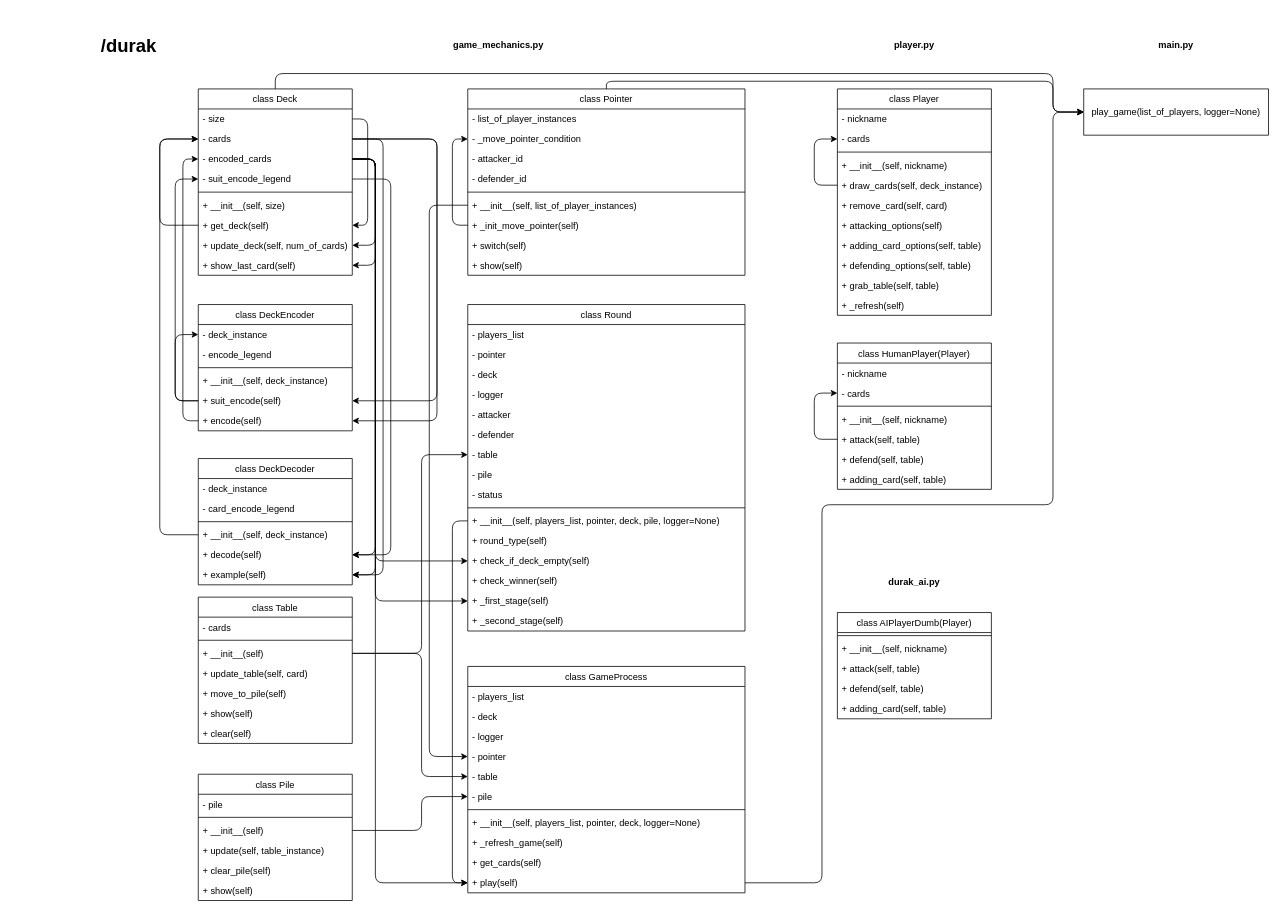
sersavn/durak-ai keeps this draw.io diagram as durak_scheme.drawio. Above is the earlier version. Source tidied: cells renumbered, new cells numbered last; positions are measured from the earlier drawing's top-left corner, leaving out a move shared by most shapes. Both pictures are drawn from the tidied source at 77%, with x=0, y=0 at pixel (13, 13).
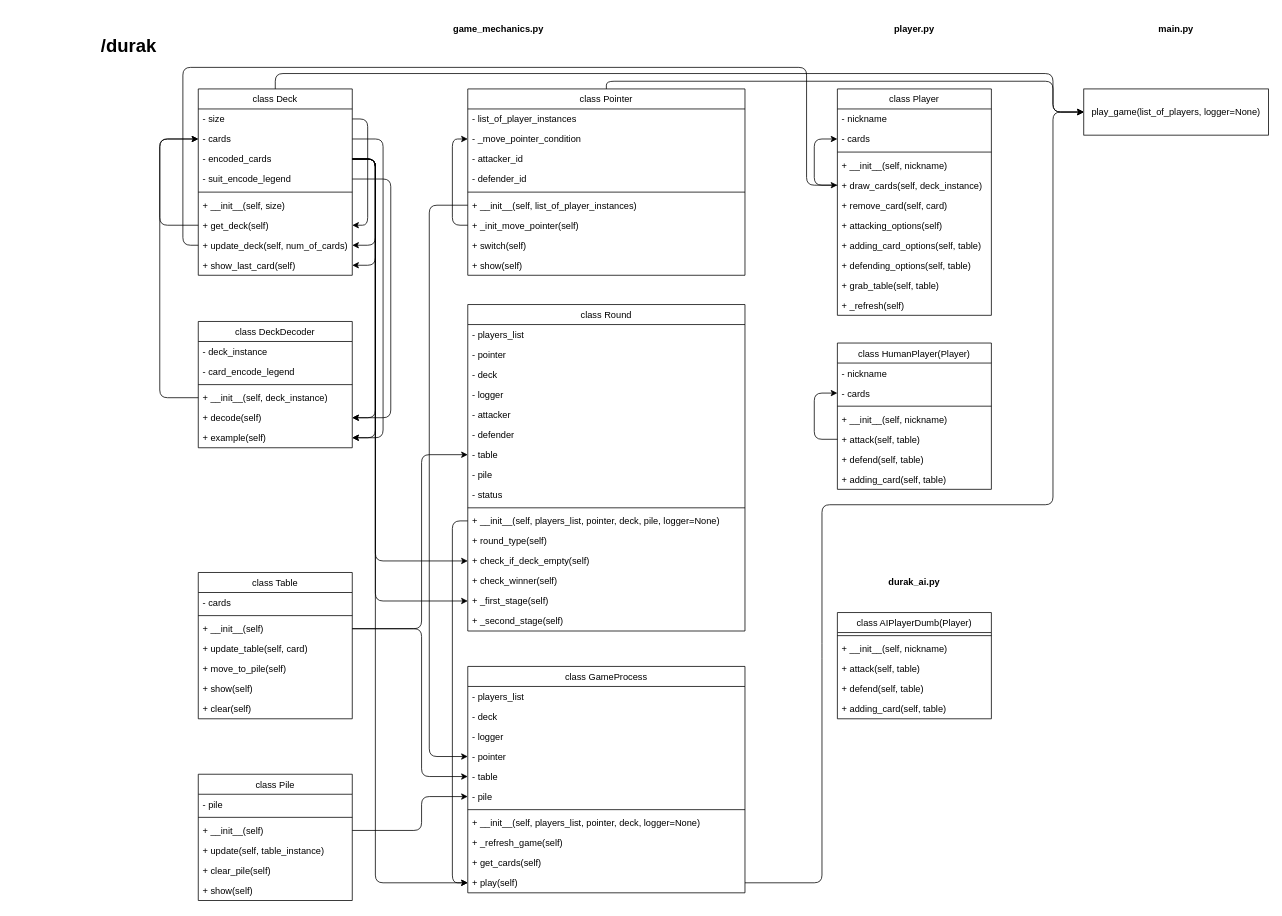
Above is the later version.

Unchanged cells that the change refers to:
```xml
<mxCell id="33" value="+ draw_cards(self, deck_instance)" style="text;strokeColor=none;fillColor=none;align=left;verticalAlign=top;spacingLeft=4;spacingRight=4;overflow=hidden;points=[[0,0.5],[1,0.5]];portConstraint=eastwest;" parent="28" vertex="1">
  <mxGeometry y="112" width="200" height="26" as="geometry" />
</mxCell>
<mxCell id="48" value="- table" style="text;strokeColor=none;fillColor=none;align=left;verticalAlign=top;spacingLeft=4;spacingRight=4;overflow=hidden;points=[[0,0.5],[1,0.5]];portConstraint=eastwest;" parent="41" vertex="1">
  <mxGeometry y="182" width="360" height="26" as="geometry" />
</mxCell>
<mxCell id="63" value="- table" style="text;strokeColor=none;fillColor=none;align=left;verticalAlign=top;spacingLeft=4;spacingRight=4;overflow=hidden;points=[[0,0.5],[1,0.5]];portConstraint=eastwest;" parent="58" vertex="1">
  <mxGeometry y="130" width="360" height="26" as="geometry" />
</mxCell>
<mxCell id="92" value="- cards" style="text;strokeColor=none;fillColor=none;align=left;verticalAlign=top;spacingLeft=4;spacingRight=4;overflow=hidden;points=[[0,0.5],[1,0.5]];portConstraint=eastwest;" parent="90" vertex="1">
  <mxGeometry y="52" width="200" height="26" as="geometry" />
</mxCell>
<mxCell id="93" value="- encoded_cards" style="text;strokeColor=none;fillColor=none;align=left;verticalAlign=top;spacingLeft=4;spacingRight=4;overflow=hidden;points=[[0,0.5],[1,0.5]];portConstraint=eastwest;" parent="90" vertex="1">
  <mxGeometry y="78" width="200" height="26" as="geometry" />
</mxCell>
<mxCell id="94" value="- suit_encode_legend" style="text;strokeColor=none;fillColor=none;align=left;verticalAlign=top;spacingLeft=4;spacingRight=4;overflow=hidden;points=[[0,0.5],[1,0.5]];portConstraint=eastwest;" parent="90" vertex="1">
  <mxGeometry y="104" width="200" height="26" as="geometry" />
</mxCell>
<mxCell id="98" value="+ update_deck(self, num_of_cards)" style="text;strokeColor=none;fillColor=none;align=left;verticalAlign=top;spacingLeft=4;spacingRight=4;overflow=hidden;points=[[0,0.5],[1,0.5]];portConstraint=eastwest;" parent="90" vertex="1">
  <mxGeometry y="190" width="200" height="26" as="geometry" />
</mxCell>
<mxCell id="116" value="+ __init__(self, deck_instance)" style="text;strokeColor=none;fillColor=none;align=left;verticalAlign=top;spacingLeft=4;spacingRight=4;overflow=hidden;points=[[0,0.5],[1,0.5]];portConstraint=eastwest;" parent="112" vertex="1">
  <mxGeometry y="86" width="200" height="26" as="geometry" />
</mxCell>
<mxCell id="117" value="+ decode(self)" style="text;strokeColor=none;fillColor=none;align=left;verticalAlign=top;spacingLeft=4;spacingRight=4;overflow=hidden;points=[[0,0.5],[1,0.5]];portConstraint=eastwest;" parent="112" vertex="1">
  <mxGeometry y="112" width="200" height="26" as="geometry" />
</mxCell>
<mxCell id="118" value="+ example(self)" style="text;strokeColor=none;fillColor=none;align=left;verticalAlign=top;spacingLeft=4;spacingRight=4;overflow=hidden;points=[[0,0.5],[1,0.5]];portConstraint=eastwest;" parent="112" vertex="1">
  <mxGeometry y="138" width="200" height="26" as="geometry" />
</mxCell>
```

The edit, as a diff of the source:
```diff
@@
     <mxCell id="2" value="game_mechanics.py" style="text;align=center;fontStyle=1;verticalAlign=middle;spacingLeft=3;spacingRight=3;strokeColor=none;" parent="1" vertex="1">
-      <mxGeometry x="310" width="640" height="80" as="geometry" />
+      <mxGeometry x="310" width="640" height="40" as="geometry" />
     </mxCell>
-    <mxCell id="3" style="endArrow=classic;html=1;exitX=0;exitY=0.5;exitDx=0;exitDy=0;entryX=0;entryY=0.5;entryDx=0;entryDy=0;" parent="1" edge="1" source="109" target="94">
-      <mxGeometry relative="1" as="geometry">
-        <Array as="points">
-          <mxPoint x="210" y="503" />
-          <mxPoint x="210" y="215" />
-        </Array>
-      </mxGeometry>
-    </mxCell>
-    <mxCell id="4" style="endArrow=classic;html=1;exitX=0;exitY=0.5;exitDx=0;exitDy=0;entryX=0;entryY=0.5;entryDx=0;entryDy=0;" parent="1" edge="1" source="110" target="93">
-      <mxGeometry relative="1" as="geometry">
-        <Array as="points">
-          <mxPoint x="220" y="529" />
-          <mxPoint x="220" y="189" />
-        </Array>
-      </mxGeometry>
-    </mxCell>
     <mxCell id="5" style="endArrow=classic;html=1;exitX=1;exitY=0.5;exitDx=0;exitDy=0;entryX=0;entryY=0.5;entryDx=0;entryDy=0;" parent="1" edge="1" source="122" target="63">
       <mxGeometry relative="1" as="geometry">
         <Array as="points">
-          <mxPoint x="530" y="831" />
+          <mxPoint x="530" y="799" />
           <mxPoint x="530" y="991" />
         </Array>
       </mxGeometry>
     </mxCell>
@@
     <mxCell id="8" style="endArrow=classic;html=1;entryX=0;entryY=0.5;entryDx=0;entryDy=0;exitX=1;exitY=0.5;exitDx=0;exitDy=0;" parent="1" edge="1" source="122" target="48">
       <mxGeometry relative="1" as="geometry">
         <Array as="points">
-          <mxPoint x="530" y="831" />
+          <mxPoint x="530" y="799" />
           <mxPoint x="530" y="573" />
         </Array>
       </mxGeometry>
     </mxCell>
     <mxCell id="9" value="player.py" style="text;align=center;fontStyle=1;verticalAlign=middle;spacingLeft=3;spacingRight=3;strokeColor=none;" parent="1" vertex="1">
-      <mxGeometry x="1070" width="200" height="80" as="geometry" />
+      <mxGeometry x="1070" width="200" height="40" as="geometry" />
     </mxCell>
@@
     <mxCell id="11" value="main.py" style="text;align=center;fontStyle=1;verticalAlign=middle;spacingLeft=3;spacingRight=3;strokeColor=none;" parent="1" vertex="1">
-      <mxGeometry x="1390" width="240" height="80" as="geometry" />
+      <mxGeometry x="1390" width="240" height="40" as="geometry" />
     </mxCell>
@@
-    <mxCell id="86" style="endArrow=classic;html=1;exitX=1;exitY=0.5;exitDx=0;exitDy=0;entryX=1;entryY=0.5;entryDx=0;entryDy=0;" parent="1" edge="1" source="92" target="109">
-      <mxGeometry relative="1" as="geometry">
-        <Array as="points">
-          <mxPoint x="550" y="163" />
-          <mxPoint x="550" y="503" />
-        </Array>
-      </mxGeometry>
-    </mxCell>
-    <mxCell id="87" style="endArrow=classic;html=1;exitX=1;exitY=0.5;exitDx=0;exitDy=0;entryX=1;entryY=0.5;entryDx=0;entryDy=0;" parent="1" edge="1" source="92" target="110">
-      <mxGeometry relative="1" as="geometry">
-        <Array as="points">
-          <mxPoint x="550" y="163" />
-          <mxPoint x="550" y="529" />
-        </Array>
-      </mxGeometry>
-    </mxCell>
     <mxCell id="88" style="endArrow=classic;html=1;exitX=1;exitY=0.5;exitDx=0;exitDy=0;entryX=1;entryY=0.5;entryDx=0;entryDy=0;" parent="1" edge="1" source="92" target="118">
       <mxGeometry relative="1" as="geometry">
         <Array as="points">
           <mxPoint x="480" y="163" />
-          <mxPoint x="480" y="729" />
+          <mxPoint x="480" y="551" />
         </Array>
       </mxGeometry>
     </mxCell>
     <mxCell id="89" style="endArrow=classic;html=1;exitX=1;exitY=0.5;exitDx=0;exitDy=0;entryX=1;entryY=0.5;entryDx=0;entryDy=0;" parent="1" edge="1" source="93" target="117">
       <mxGeometry relative="1" as="geometry">
         <Array as="points">
           <mxPoint x="470" y="189" />
-          <mxPoint x="470" y="703" />
+          <mxPoint x="470" y="525" />
         </Array>
       </mxGeometry>
     </mxCell>
@@
-    <mxCell id="104" value="class DeckEncoder" style="swimlane;fontStyle=0;horizontal=1;startSize=26;fillColor=none;" parent="1" vertex="1">
-      <mxGeometry x="240" y="378" width="200" height="164" as="geometry" />
-    </mxCell>
-    <mxCell id="105" value="- deck_instance" style="text;strokeColor=none;fillColor=none;align=left;verticalAlign=top;spacingLeft=4;spacingRight=4;overflow=hidden;points=[[0,0.5],[1,0.5]];portConstraint=eastwest;" parent="104" vertex="1">
-      <mxGeometry y="26" width="200" height="26" as="geometry" />
-    </mxCell>
-    <mxCell id="106" value="- encode_legend" style="text;strokeColor=none;fillColor=none;align=left;verticalAlign=top;spacingLeft=4;spacingRight=4;overflow=hidden;" parent="104" vertex="1">
-      <mxGeometry y="52" width="200" height="26" as="geometry" />
-    </mxCell>
-    <mxCell id="107" style="line;strokeWidth=1;fillColor=none;align=left;verticalAlign=middle;spacingTop=-1;spacingLeft=3;spacingRight=3;labelPosition=right;" parent="104" vertex="1">
-      <mxGeometry y="78" width="200" height="8" as="geometry" />
-    </mxCell>
-    <mxCell id="108" value="+ __init__(self, deck_instance)" style="text;strokeColor=none;fillColor=none;align=left;verticalAlign=top;spacingLeft=4;spacingRight=4;overflow=hidden;" parent="104" vertex="1">
-      <mxGeometry y="86" width="200" height="26" as="geometry" />
-    </mxCell>
-    <mxCell id="109" value="+ suit_encode(self)" style="text;strokeColor=none;fillColor=none;align=left;verticalAlign=top;spacingLeft=4;spacingRight=4;overflow=hidden;points=[[0,0.5],[1,0.5]];portConstraint=eastwest;" parent="104" vertex="1">
-      <mxGeometry y="112" width="200" height="26" as="geometry" />
-    </mxCell>
-    <mxCell id="110" value="+ encode(self)" style="text;strokeColor=none;fillColor=none;align=left;verticalAlign=top;spacingLeft=4;spacingRight=4;overflow=hidden;points=[[0,0.5],[1,0.5]];portConstraint=eastwest;" parent="104" vertex="1">
-      <mxGeometry y="138" width="200" height="26" as="geometry" />
-    </mxCell>
-    <mxCell id="111" style="endArrow=classic;html=1;exitX=0;exitY=0.5;exitDx=0;exitDy=0;entryX=0;entryY=0.5;entryDx=0;entryDy=0;" parent="104" edge="1" source="109" target="105">
-      <mxGeometry relative="1" as="geometry">
-        <Array as="points">
-          <mxPoint x="-30" y="125" />
-          <mxPoint x="-30" y="39" />
-        </Array>
-      </mxGeometry>
-    </mxCell>
     <mxCell id="112" value="class DeckDecoder" style="swimlane;fontStyle=0;horizontal=1;startSize=26;fillColor=none;" parent="1" vertex="1">
-      <mxGeometry x="240" y="578" width="200" height="164" as="geometry" />
+      <mxGeometry x="240" y="400" width="200" height="164" as="geometry" />
     </mxCell>
@@
-    <mxCell id="119" value="class Table" style="swimlane;fontStyle=0;horizontal=1;startSize=26;fillColor=none;" parent="1" vertex="1">
-      <mxGeometry x="240" y="758" width="200" height="190" as="geometry" />
-    </mxCell>
-    <mxCell id="120" value="- cards" style="text;strokeColor=none;fillColor=none;align=left;verticalAlign=top;spacingLeft=4;spacingRight=4;overflow=hidden;" parent="119" vertex="1">
-      <mxGeometry y="26" width="200" height="26" as="geometry" />
-    </mxCell>
-    <mxCell id="121" style="line;strokeWidth=1;fillColor=none;align=left;verticalAlign=middle;spacingTop=-1;spacingLeft=3;spacingRight=3;labelPosition=right;" parent="119" vertex="1">
-      <mxGeometry y="52" width="200" height="8" as="geometry" />
-    </mxCell>
-    <mxCell id="122" value="+ __init__(self)" style="text;strokeColor=none;fillColor=none;align=left;verticalAlign=top;spacingLeft=4;spacingRight=4;overflow=hidden;points=[[0,0.5],[1,0.5]];portConstraint=eastwest;" parent="119" vertex="1">
-      <mxGeometry y="60" width="200" height="26" as="geometry" />
-    </mxCell>
-    <mxCell id="123" value="+ update_table(self, card)" style="text;strokeColor=none;fillColor=none;align=left;verticalAlign=top;spacingLeft=4;spacingRight=4;overflow=hidden;" parent="119" vertex="1">
-      <mxGeometry y="86" width="200" height="26" as="geometry" />
-    </mxCell>
-    <mxCell id="124" value="+ move_to_pile(self)" style="text;strokeColor=none;fillColor=none;align=left;verticalAlign=top;spacingLeft=4;spacingRight=4;overflow=hidden;" parent="119" vertex="1">
-      <mxGeometry y="112" width="200" height="26" as="geometry" />
-    </mxCell>
-    <mxCell id="125" value="+ show(self)" style="text;strokeColor=none;fillColor=none;align=left;verticalAlign=top;spacingLeft=4;spacingRight=4;overflow=hidden;" parent="119" vertex="1">
-      <mxGeometry y="138" width="200" height="26" as="geometry" />
-    </mxCell>
-    <mxCell id="126" value="+ clear(self)" style="text;strokeColor=none;fillColor=none;align=left;verticalAlign=top;spacingLeft=4;spacingRight=4;overflow=hidden;" parent="119" vertex="1">
-      <mxGeometry y="164" width="200" height="26" as="geometry" />
-    </mxCell>
@@
-    <mxCell id="134" style="endArrow=classic;html=1;entryX=0;entryY=0.5;entryDx=0;entryDy=0;" parent="1" edge="1" target="92">
+    <mxCell id="134" style="endArrow=classic;html=1;entryX=0;entryY=0.5;entryDx=0;entryDy=0;exitX=0;exitY=0.5;exitDx=0;exitDy=0;" parent="1" edge="1" source="116" target="92">
       <mxGeometry relative="1" as="geometry">
-        <mxPoint x="240" y="677" as="sourcePoint" />
         <Array as="points">
-          <mxPoint x="190" y="677" />
+          <mxPoint x="190" y="499" />
           <mxPoint x="190" y="163" />
         </Array>
       </mxGeometry>
     </mxCell>
     <mxCell id="135" style="endArrow=classic;html=1;exitX=1;exitY=0.5;exitDx=0;exitDy=0;entryX=1;entryY=0.5;entryDx=0;entryDy=0;" parent="1" edge="1" source="93" target="118">
       <mxGeometry relative="1" as="geometry">
         <Array as="points">
           <mxPoint x="470" y="189" />
-          <mxPoint x="470" y="729" />
+          <mxPoint x="470" y="551" />
         </Array>
       </mxGeometry>
     </mxCell>
@@
     <mxCell id="139" style="endArrow=classic;html=1;exitX=1;exitY=0.5;exitDx=0;exitDy=0;entryX=1;entryY=0.5;entryDx=0;entryDy=0;" parent="1" edge="1" source="94" target="117">
       <mxGeometry relative="1" as="geometry">
         <Array as="points">
           <mxPoint x="490" y="215" />
-          <mxPoint x="490" y="703" />
+          <mxPoint x="490" y="525" />
         </Array>
       </mxGeometry>
     </mxCell>
+    <mxCell id="119" value="class Table" style="swimlane;fontStyle=0;horizontal=1;startSize=26;fillColor=none;" parent="1" vertex="1">
+      <mxGeometry x="240" y="726" width="200" height="190" as="geometry" />
+    </mxCell>
+    <mxCell id="120" value="- cards" style="text;strokeColor=none;fillColor=none;align=left;verticalAlign=top;spacingLeft=4;spacingRight=4;overflow=hidden;" parent="119" vertex="1">
+      <mxGeometry y="26" width="200" height="26" as="geometry" />
+    </mxCell>
+    <mxCell id="121" style="line;strokeWidth=1;fillColor=none;align=left;verticalAlign=middle;spacingTop=-1;spacingLeft=3;spacingRight=3;labelPosition=right;" parent="119" vertex="1">
+      <mxGeometry y="52" width="200" height="8" as="geometry" />
+    </mxCell>
+    <mxCell id="122" value="+ __init__(self)" style="text;strokeColor=none;fillColor=none;align=left;verticalAlign=top;spacingLeft=4;spacingRight=4;overflow=hidden;points=[[0,0.5],[1,0.5]];portConstraint=eastwest;" parent="119" vertex="1">
+      <mxGeometry y="60" width="200" height="26" as="geometry" />
+    </mxCell>
+    <mxCell id="123" value="+ update_table(self, card)" style="text;strokeColor=none;fillColor=none;align=left;verticalAlign=top;spacingLeft=4;spacingRight=4;overflow=hidden;" parent="119" vertex="1">
+      <mxGeometry y="86" width="200" height="26" as="geometry" />
+    </mxCell>
+    <mxCell id="124" value="+ move_to_pile(self)" style="text;strokeColor=none;fillColor=none;align=left;verticalAlign=top;spacingLeft=4;spacingRight=4;overflow=hidden;" parent="119" vertex="1">
+      <mxGeometry y="112" width="200" height="26" as="geometry" />
+    </mxCell>
+    <mxCell id="125" value="+ show(self)" style="text;strokeColor=none;fillColor=none;align=left;verticalAlign=top;spacingLeft=4;spacingRight=4;overflow=hidden;" parent="119" vertex="1">
+      <mxGeometry y="138" width="200" height="26" as="geometry" />
+    </mxCell>
+    <mxCell id="126" value="+ clear(self)" style="text;strokeColor=none;fillColor=none;align=left;verticalAlign=top;spacingLeft=4;spacingRight=4;overflow=hidden;" parent="119" vertex="1">
+      <mxGeometry y="164" width="200" height="26" as="geometry" />
+    </mxCell>
+    <mxCell id="140" style="endArrow=classic;html=1;exitX=0;exitY=0.5;exitDx=0;exitDy=0;entryX=0;entryY=0.5;entryDx=0;entryDy=0;" parent="1" edge="1" source="98" target="33">
+      <mxGeometry relative="1" as="geometry">
+        <Array as="points">
+          <mxPoint x="220" y="301" />
+          <mxPoint x="220" y="70" />
+          <mxPoint x="1030" y="70" />
+          <mxPoint x="1030" y="223" />
+        </Array>
+      </mxGeometry>
+    </mxCell>
```
